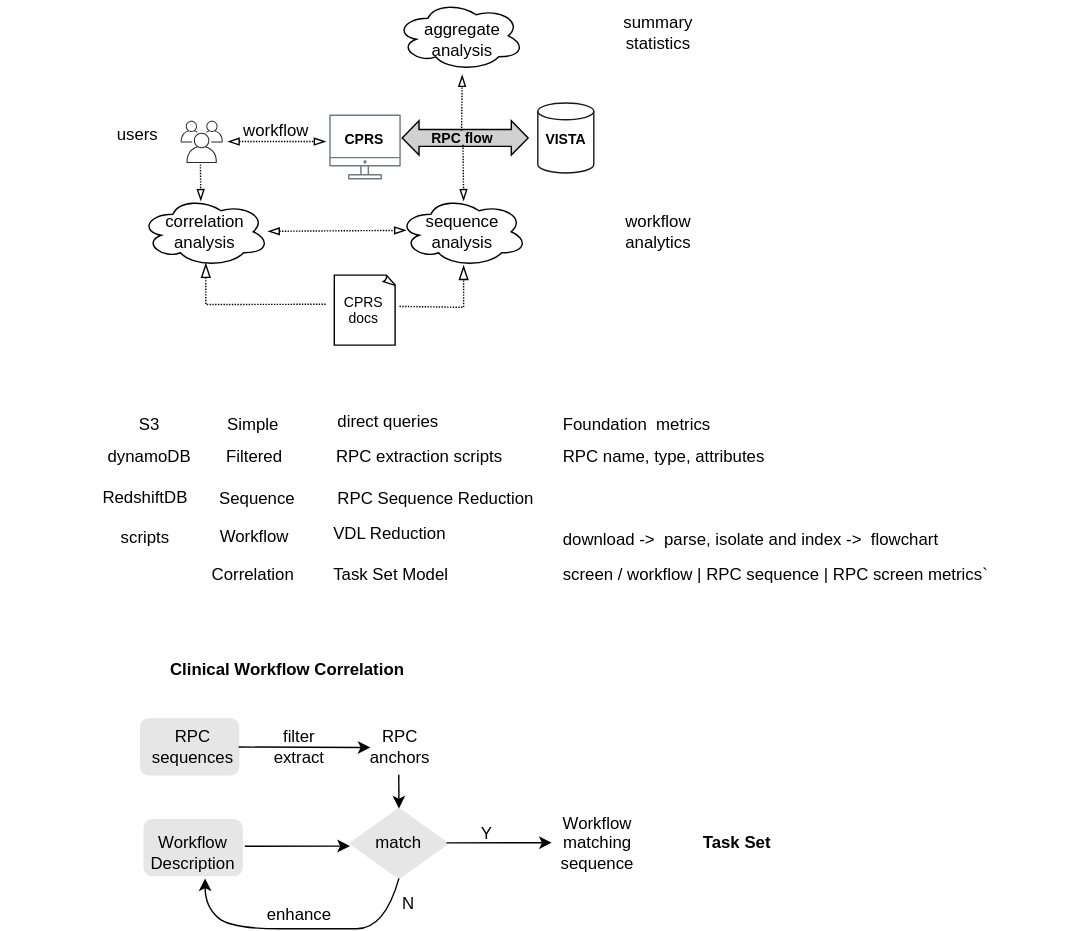
This is vaa-analyses.svg from cloudvista/vaa, a draw.io export, as it was before one commit. Source tidied: cells renumbered, new cells last; positions are measured from the earlier drawing's top-left corner, leaving out a move shared by most shapes. Its diagram source:
```xml
<mxGraphModel>
  <root>
    <mxCell id="0" />
    <mxCell id="1" parent="0" />
    <mxCell id="2" style="rounded=1;whiteSpace=wrap;html=1;strokeColor=#E6E6E6;fillColor=#E6E6E6;" parent="1" vertex="1">
      <mxGeometry x="102.4" y="585" width="70" height="40" as="geometry" />
    </mxCell>
    <mxCell id="3" style="rounded=1;whiteSpace=wrap;html=1;strokeColor=#E6E6E6;fillColor=#E6E6E6;" parent="1" vertex="1">
      <mxGeometry x="100" y="513" width="70" height="40" as="geometry" />
    </mxCell>
    <mxCell id="4" style="endArrow=blockThin;html=1;fontSize=10;dashed=1;dashPattern=1 1;endFill=0;exitX=0.5;exitY=1;exitDx=0;exitDy=0;" parent="1" edge="1">
      <mxGeometry relative="1" as="geometry">
        <mxPoint x="142.5" y="102.9" as="sourcePoint" />
        <mxPoint x="143" y="143" as="targetPoint" />
      </mxGeometry>
    </mxCell>
    <mxCell id="5" style="ellipse;shape=cloud;whiteSpace=wrap;html=1;shadow=0;sketch=0;fillStyle=solid;strokeColor=default;strokeWidth=1;fontSize=10;fillColor=none;gradientColor=none;" parent="1" vertex="1">
      <mxGeometry x="284.3" y="140" width="91.9" height="50" as="geometry" />
    </mxCell>
    <mxCell id="6" style="whiteSpace=wrap;html=1;shape=mxgraph.basic.document;strokeColor=default;strokeWidth=1;fontSize=10;fillColor=none;gradientColor=none;" parent="1" vertex="1">
      <mxGeometry x="238.3" y="196" width="43.9" height="50" as="geometry" />
    </mxCell>
    <mxCell id="7" style="gradientColor=none;fontColor=#545B64;strokeColor=none;fillColor=#70797D;dashed=0;verticalLabelPosition=bottom;verticalAlign=top;align=center;html=1;fontSize=12;fontStyle=0;shape=mxgraph.aws4.illustration_desktop;shadow=0;fillStyle=solid;" parent="1" vertex="1">
      <mxGeometry x="234.7" y="81.2" width="51.1" height="46.5" as="geometry" />
    </mxCell>
    <mxCell id="8" style="html=1;shadow=0;dashed=0;align=center;verticalAlign=middle;shape=mxgraph.arrows2.twoWayArrow;dy=0.51;dx=12.03;fillColor=#D1D1D1;" parent="1" vertex="1">
      <mxGeometry x="286.8" y="85.8" width="90" height="24.5" as="geometry" />
    </mxCell>
    <mxCell id="9" value="RPC flow" style="text;strokeColor=none;align=center;fillColor=none;html=1;verticalAlign=middle;whiteSpace=wrap;rounded=0;fontSize=10;fontStyle=1;" parent="1" vertex="1">
      <mxGeometry x="300.3" y="92.9" width="60" height="10" as="geometry" />
    </mxCell>
    <mxCell id="10" value="sequence&lt;br&gt;analysis" style="text;strokeColor=none;align=center;fillColor=none;html=1;verticalAlign=middle;whiteSpace=wrap;rounded=0;" parent="1" vertex="1">
      <mxGeometry x="300.3" y="150" width="60" height="30" as="geometry" />
    </mxCell>
    <mxCell id="11" value="CPRS" style="text;strokeColor=none;align=center;fillColor=none;html=1;verticalAlign=middle;whiteSpace=wrap;rounded=0;fontSize=10;fontStyle=1;" parent="1" vertex="1">
      <mxGeometry x="230" y="83.9" width="60" height="30" as="geometry" />
    </mxCell>
    <mxCell id="12" value="CPRS&lt;br style=&quot;font-size: 10px;&quot;&gt;docs" style="text;strokeColor=none;align=center;fillColor=none;html=1;verticalAlign=middle;whiteSpace=wrap;rounded=0;fontSize=10;" parent="1" vertex="1">
      <mxGeometry x="239.3" y="206" width="41.5" height="30" as="geometry" />
    </mxCell>
    <mxCell id="13" style="shape=cylinder3;whiteSpace=wrap;html=1;boundedLbl=1;backgroundOutline=1;size=5.999999999999943;strokeColor=#191919;strokeWidth=1;fillColor=#FFFFFF;gradientColor=none;" parent="1" vertex="1">
      <mxGeometry x="383.7" y="73" width="40" height="50" as="geometry" />
    </mxCell>
    <mxCell id="14" value="VISTA" style="text;strokeColor=none;align=center;fillColor=none;html=1;verticalAlign=middle;whiteSpace=wrap;rounded=0;fontSize=10;fontStyle=1;" parent="1" vertex="1">
      <mxGeometry x="373.7" y="83.9" width="60" height="30" as="geometry" />
    </mxCell>
    <mxCell id="15" value="aggregate&lt;br&gt;analysis" style="text;strokeColor=none;align=center;fillColor=none;html=1;verticalAlign=middle;whiteSpace=wrap;rounded=0;" parent="1" vertex="1">
      <mxGeometry x="290" y="13" width="80" height="30" as="geometry" />
    </mxCell>
    <mxCell id="16" value="workflow&lt;br&gt;analytics" style="text;strokeColor=none;align=center;fillColor=none;html=1;verticalAlign=middle;whiteSpace=wrap;rounded=0;" parent="1" vertex="1">
      <mxGeometry x="439.7" y="150" width="60" height="30" as="geometry" />
    </mxCell>
    <mxCell id="17" style="endArrow=blockThin;html=1;fontSize=10;dashed=1;dashPattern=1 1;endFill=0;exitX=0.5;exitY=0;exitDx=0;exitDy=0;" parent="1" edge="1">
      <mxGeometry relative="1" as="geometry">
        <mxPoint x="329.3" y="92.9" as="sourcePoint" />
        <mxPoint x="329.7" y="53" as="targetPoint" />
      </mxGeometry>
    </mxCell>
    <mxCell id="18" style="endArrow=blockThin;html=1;fontSize=10;dashed=1;dashPattern=1 1;endFill=0;exitX=0.5;exitY=1;exitDx=0;exitDy=0;" parent="1" edge="1" source="9">
      <mxGeometry relative="1" as="geometry">
        <mxPoint x="330.7" y="143" as="targetPoint" />
      </mxGeometry>
    </mxCell>
    <mxCell id="19" value="summary&lt;br&gt;statistics" style="text;strokeColor=none;align=center;fillColor=none;html=1;verticalAlign=middle;whiteSpace=wrap;rounded=0;" parent="1" vertex="1">
      <mxGeometry x="439.7" y="13" width="60" height="20" as="geometry" />
    </mxCell>
    <mxCell id="20" style="edgeStyle=elbowEdgeStyle;elbow=vertical;endArrow=blockThin;html=1;curved=0;rounded=0;endSize=8;startSize=8;dashed=1;dashPattern=1 1;fontSize=10;exitX=1.027;exitY=0.587;exitDx=0;exitDy=0;exitPerimeter=0;endFill=0;" parent="1" edge="1">
      <mxGeometry relative="1" as="geometry">
        <mxPoint x="284.9" y="218.4" as="sourcePoint" />
        <mxPoint x="330.7" y="189" as="targetPoint" />
        <Array as="points">
          <mxPoint x="323.7" y="219" />
        </Array>
      </mxGeometry>
    </mxCell>
    <mxCell id="21" style="ellipse;shape=cloud;whiteSpace=wrap;html=1;shadow=0;sketch=0;fillStyle=solid;strokeColor=default;strokeWidth=1;fontSize=10;fillColor=none;gradientColor=none;" parent="1" vertex="1">
      <mxGeometry x="282.2" width="91.9" height="50" as="geometry" />
    </mxCell>
    <mxCell id="22" style="ellipse;shape=cloud;whiteSpace=wrap;html=1;shadow=0;sketch=0;fillStyle=solid;strokeColor=default;strokeWidth=1;fontSize=10;fillColor=none;gradientColor=none;" parent="1" vertex="1">
      <mxGeometry x="100" y="140" width="91.9" height="50" as="geometry" />
    </mxCell>
    <mxCell id="23" value="correlation&lt;br&gt;analysis" style="text;strokeColor=none;align=center;fillColor=none;html=1;verticalAlign=middle;whiteSpace=wrap;rounded=0;" parent="1" vertex="1">
      <mxGeometry x="115.9" y="150" width="60" height="30" as="geometry" />
    </mxCell>
    <mxCell id="24" style="edgeStyle=elbowEdgeStyle;elbow=vertical;endArrow=blockThin;html=1;curved=0;rounded=0;endSize=8;startSize=8;dashed=1;dashPattern=1 1;fontSize=10;exitX=-0.049;exitY=0.416;exitDx=0;exitDy=0;endFill=0;entryX=0.55;entryY=0.95;entryDx=0;entryDy=0;entryPerimeter=0;startArrow=none;startFill=0;exitPerimeter=0;" parent="1" edge="1">
      <mxGeometry relative="1" as="geometry">
        <mxPoint x="232.2" y="216.8" as="sourcePoint" />
        <mxPoint x="146.5" y="187.5" as="targetPoint" />
        <Array as="points">
          <mxPoint x="196" y="217" />
        </Array>
      </mxGeometry>
    </mxCell>
    <mxCell id="25" style="whiteSpace=wrap;html=1;shadow=0;sketch=0;fillStyle=solid;strokeColor=none;strokeWidth=1;fontSize=10;fillColor=#FFFFFF;gradientColor=none;" parent="1" vertex="1">
      <mxGeometry x="128.5" y="83" width="33.8" height="33.8" as="geometry" />
    </mxCell>
    <mxCell id="26" style="sketch=0;gradientColor=none;fontColor=#545B64;strokeColor=none;fillColor=#272A2B;dashed=0;verticalLabelPosition=bottom;verticalAlign=top;align=center;html=1;fontSize=12;fontStyle=0;shape=mxgraph.aws4.illustration_users;strokeWidth=1;" parent="1" vertex="1">
      <mxGeometry x="128.5" y="85.8" width="30.1" height="30.1" as="geometry" />
    </mxCell>
    <mxCell id="27" style="endArrow=blockThin;html=1;fontSize=10;dashed=1;dashPattern=1 1;endFill=0;startArrow=blockThin;startFill=0;" parent="1" edge="1">
      <mxGeometry relative="1" as="geometry">
        <mxPoint x="162.2" y="100.6" as="sourcePoint" />
        <mxPoint x="232.2" y="100.6" as="targetPoint" />
      </mxGeometry>
    </mxCell>
    <mxCell id="28" style="endArrow=blockThin;html=1;fontSize=10;dashed=1;dashPattern=1 1;endFill=0;startArrow=blockThin;startFill=0;entryX=0.068;entryY=0.48;entryDx=0;entryDy=0;entryPerimeter=0;" parent="1" edge="1">
      <mxGeometry relative="1" as="geometry">
        <mxPoint x="190.9" y="164.7" as="sourcePoint" />
        <mxPoint x="289.6" y="164" as="targetPoint" />
      </mxGeometry>
    </mxCell>
    <mxCell id="29" value="workflow" style="text;strokeColor=none;align=center;fillColor=none;html=1;verticalAlign=middle;whiteSpace=wrap;rounded=0;" parent="1" vertex="1">
      <mxGeometry x="167" y="83" width="60" height="20.9" as="geometry" />
    </mxCell>
    <mxCell id="30" style="rounded=1;whiteSpace=wrap;html=1;strokeColor=none;" parent="1" vertex="1">
      <mxGeometry y="43" width="40" height="30" as="geometry" />
    </mxCell>
    <mxCell id="31" value="users" style="text;strokeColor=none;align=center;fillColor=none;html=1;verticalAlign=middle;whiteSpace=wrap;rounded=0;" parent="1" vertex="1">
      <mxGeometry x="68.5" y="85.8" width="60" height="20.9" as="geometry" />
    </mxCell>
    <mxCell id="32" value="RPC name, type, attributes" style="text;strokeColor=none;align=left;fillColor=none;html=1;verticalAlign=middle;whiteSpace=wrap;rounded=0;" parent="1" vertex="1">
      <mxGeometry x="399.8" y="316" width="160" height="20.9" as="geometry" />
    </mxCell>
    <mxCell id="33" value="Simple" style="text;strokeColor=none;align=center;fillColor=none;html=1;verticalAlign=middle;whiteSpace=wrap;rounded=0;" parent="1" vertex="1">
      <mxGeometry x="158.7" y="293" width="43" height="20.9" as="geometry" />
    </mxCell>
    <mxCell id="34" value="S3" style="text;strokeColor=none;align=center;fillColor=none;html=1;verticalAlign=middle;whiteSpace=wrap;rounded=0;" parent="1" vertex="1">
      <mxGeometry x="85.5" y="293" width="43" height="20.9" as="geometry" />
    </mxCell>
    <mxCell id="35" value="Filtered" style="text;strokeColor=none;align=center;fillColor=none;html=1;verticalAlign=middle;whiteSpace=wrap;rounded=0;" parent="1" vertex="1">
      <mxGeometry x="160.2" y="316" width="43" height="20.9" as="geometry" />
    </mxCell>
    <mxCell id="36" value="Foundation&amp;nbsp; metrics" style="text;strokeColor=none;align=left;fillColor=none;html=1;verticalAlign=middle;whiteSpace=wrap;rounded=0;" parent="1" vertex="1">
      <mxGeometry x="399.8" y="293" width="160" height="20.9" as="geometry" />
    </mxCell>
    <mxCell id="37" value="dynamoDB" style="text;strokeColor=none;align=center;fillColor=none;html=1;verticalAlign=middle;whiteSpace=wrap;rounded=0;" parent="1" vertex="1">
      <mxGeometry x="85.5" y="316" width="43" height="20.9" as="geometry" />
    </mxCell>
    <mxCell id="38" value="RPC extraction scripts" style="text;strokeColor=none;align=left;fillColor=none;html=1;verticalAlign=middle;whiteSpace=wrap;rounded=0;" parent="1" vertex="1">
      <mxGeometry x="238.3" y="316" width="160" height="20.9" as="geometry" />
    </mxCell>
    <mxCell id="39" value="Sequence" style="text;strokeColor=none;align=center;fillColor=none;html=1;verticalAlign=middle;whiteSpace=wrap;rounded=0;" parent="1" vertex="1">
      <mxGeometry x="162.2" y="341.9" width="43" height="29.1" as="geometry" />
    </mxCell>
    <mxCell id="40" value="RPC Sequence Reduction" style="text;strokeColor=none;align=left;fillColor=none;html=1;verticalAlign=middle;whiteSpace=wrap;rounded=0;" parent="1" vertex="1">
      <mxGeometry x="239.3" y="345.1" width="160" height="20.9" as="geometry" />
    </mxCell>
    <mxCell id="41" value="RedshiftDB" style="text;strokeColor=none;align=center;fillColor=none;html=1;verticalAlign=middle;whiteSpace=wrap;rounded=0;" parent="1" vertex="1">
      <mxGeometry x="82.5" y="344.1" width="43" height="20.9" as="geometry" />
    </mxCell>
    <mxCell id="42" value="Workflow" style="text;strokeColor=none;align=center;fillColor=none;html=1;verticalAlign=middle;whiteSpace=wrap;rounded=0;" parent="1" vertex="1">
      <mxGeometry x="159.7" y="368" width="43" height="29.1" as="geometry" />
    </mxCell>
    <mxCell id="43" value="VDL Reduction" style="text;strokeColor=none;align=left;fillColor=none;html=1;verticalAlign=middle;whiteSpace=wrap;rounded=0;" parent="1" vertex="1">
      <mxGeometry x="236.3" y="370.1" width="160" height="20.9" as="geometry" />
    </mxCell>
    <mxCell id="44" value="scripts" style="text;strokeColor=none;align=center;fillColor=none;html=1;verticalAlign=middle;whiteSpace=wrap;rounded=0;" parent="1" vertex="1">
      <mxGeometry x="82.5" y="373.1" width="43" height="20.9" as="geometry" />
    </mxCell>
    <mxCell id="45" value="download -&amp;gt;&amp;nbsp; parse, isolate and index -&amp;gt;&amp;nbsp; flowchart" style="text;strokeColor=none;align=left;fillColor=none;html=1;verticalAlign=middle;whiteSpace=wrap;rounded=0;" parent="1" vertex="1">
      <mxGeometry x="399.8" y="374.2" width="376.3" height="20.9" as="geometry" />
    </mxCell>
    <mxCell id="46" value="&lt;br&gt;Workflow&lt;br&gt;Description&amp;nbsp;" style="text;strokeColor=none;align=center;fillColor=none;html=1;verticalAlign=middle;whiteSpace=wrap;rounded=0;" parent="1" vertex="1">
      <mxGeometry x="116" y="591.6" width="43" height="20.9" as="geometry" />
    </mxCell>
    <mxCell id="47" value="Workflow matching&amp;nbsp;&lt;br&gt;sequence" style="text;strokeColor=none;align=center;fillColor=none;html=1;verticalAlign=middle;whiteSpace=wrap;rounded=0;" parent="1" vertex="1">
      <mxGeometry x="405.1" y="591.6" width="43" height="20.9" as="geometry" />
    </mxCell>
    <mxCell id="48" value="Correlation" style="text;strokeColor=none;align=center;fillColor=none;html=1;verticalAlign=middle;whiteSpace=wrap;rounded=0;" parent="1" vertex="1">
      <mxGeometry x="158.7" y="395.1" width="43" height="29.1" as="geometry" />
    </mxCell>
    <mxCell id="49" value="Task Set Model" style="text;strokeColor=none;align=left;fillColor=none;html=1;verticalAlign=middle;whiteSpace=wrap;rounded=0;" parent="1" vertex="1">
      <mxGeometry x="236.3" y="399.2" width="160" height="20.9" as="geometry" />
    </mxCell>
    <mxCell id="50" value="screen / workflow | RPC sequence&amp;nbsp;| RPC screen metrics`" style="text;strokeColor=none;align=left;fillColor=none;html=1;verticalAlign=middle;whiteSpace=wrap;rounded=0;" parent="1" vertex="1">
      <mxGeometry x="399.8" y="399.2" width="360" height="20.9" as="geometry" />
    </mxCell>
    <mxCell id="51" style="rhombus;whiteSpace=wrap;html=1;strokeColor=#E6E6E6;fillColor=#E6E6E6;" parent="1" vertex="1">
      <mxGeometry x="249.5" y="577" width="70" height="50" as="geometry" />
    </mxCell>
    <mxCell id="52" value="match" style="text;strokeColor=none;align=center;fillColor=none;html=1;verticalAlign=middle;whiteSpace=wrap;rounded=0;" parent="1" vertex="1">
      <mxGeometry x="263" y="591.6" width="43" height="20.9" as="geometry" />
    </mxCell>
    <mxCell id="53" style="edgeStyle=none;html=1;entryX=0;entryY=0.5;entryDx=0;entryDy=0;" parent="1" edge="1">
      <mxGeometry relative="1" as="geometry">
        <mxPoint x="174.4" y="604" as="sourcePoint" />
        <mxPoint x="249.5" y="603.9" as="targetPoint" />
      </mxGeometry>
    </mxCell>
    <mxCell id="54" style="edgeStyle=none;html=1;entryX=0.5;entryY=0;entryDx=0;entryDy=0;" parent="1" edge="1" target="51">
      <mxGeometry relative="1" as="geometry">
        <mxPoint x="284.4" y="553" as="sourcePoint" />
      </mxGeometry>
    </mxCell>
    <mxCell id="55" style="edgeStyle=none;html=1;entryX=0;entryY=0.5;entryDx=0;entryDy=0;" parent="1" edge="1">
      <mxGeometry relative="1" as="geometry">
        <mxPoint x="318.5" y="601.6" as="sourcePoint" />
        <mxPoint x="393.6" y="601.5" as="targetPoint" />
      </mxGeometry>
    </mxCell>
    <mxCell id="56" value="Y" style="text;strokeColor=none;align=center;fillColor=none;html=1;verticalAlign=middle;whiteSpace=wrap;rounded=0;" parent="1" vertex="1">
      <mxGeometry x="325.6" y="585" width="43" height="20.9" as="geometry" />
    </mxCell>
    <mxCell id="57" value="RPC sequences" style="text;strokeColor=none;align=center;fillColor=none;html=1;verticalAlign=middle;whiteSpace=wrap;rounded=0;" parent="1" vertex="1">
      <mxGeometry x="115.9" y="523" width="43" height="20.9" as="geometry" />
    </mxCell>
    <mxCell id="58" value="filter&lt;br&gt;extract" style="text;strokeColor=none;align=center;fillColor=none;html=1;verticalAlign=middle;whiteSpace=wrap;rounded=0;" parent="1" vertex="1">
      <mxGeometry x="191.9" y="523" width="43" height="20.9" as="geometry" />
    </mxCell>
    <mxCell id="59" value="RPC anchors" style="text;strokeColor=none;align=center;fillColor=none;html=1;verticalAlign=middle;whiteSpace=wrap;rounded=0;" parent="1" vertex="1">
      <mxGeometry x="264.2" y="523" width="43" height="20.9" as="geometry" />
    </mxCell>
    <mxCell id="60" style="edgeStyle=none;html=1;entryX=0;entryY=0.5;entryDx=0;entryDy=0;startArrow=none;" parent="1" edge="1" target="59">
      <mxGeometry relative="1" as="geometry">
        <mxPoint x="170" y="533.1" as="sourcePoint" />
      </mxGeometry>
    </mxCell>
    <mxCell id="61" value="enhance" style="text;strokeColor=none;align=center;fillColor=none;html=1;verticalAlign=middle;whiteSpace=wrap;rounded=0;" parent="1" vertex="1">
      <mxGeometry x="191.9" y="643" width="43" height="20.9" as="geometry" />
    </mxCell>
    <mxCell id="62" style="curved=1;endArrow=classic;html=1;exitX=0.5;exitY=1;exitDx=0;exitDy=0;" parent="1" edge="1" source="51">
      <mxGeometry relative="1" as="geometry">
        <mxPoint x="146" y="627" as="targetPoint" />
        <Array as="points">
          <mxPoint x="274.4" y="663" />
          <mxPoint x="234.4" y="663" />
          <mxPoint x="164.4" y="663" />
          <mxPoint x="146" y="647" />
        </Array>
      </mxGeometry>
    </mxCell>
    <mxCell id="63" value="N" style="text;strokeColor=none;align=center;fillColor=none;html=1;verticalAlign=middle;whiteSpace=wrap;rounded=0;" parent="1" vertex="1">
      <mxGeometry x="270.4" y="634.1" width="43" height="20.9" as="geometry" />
    </mxCell>
    <mxCell id="64" value="&lt;b&gt;Clinical Workflow Correlation&lt;/b&gt;" style="text;strokeColor=none;align=center;fillColor=none;html=1;verticalAlign=middle;whiteSpace=wrap;rounded=0;" parent="1" vertex="1">
      <mxGeometry x="120" y="463" width="170" height="29.1" as="geometry" />
    </mxCell>
    <mxCell id="65" value="direct queries" style="text;strokeColor=none;align=left;fillColor=none;html=1;verticalAlign=middle;whiteSpace=wrap;rounded=0;" parent="1" vertex="1">
      <mxGeometry x="239.3" y="286.9" width="150.5" height="29.1" as="geometry" />
    </mxCell>
    <mxCell id="66" value="&lt;b&gt;Task Set&lt;/b&gt;" style="text;strokeColor=none;align=left;fillColor=none;html=1;verticalAlign=middle;whiteSpace=wrap;rounded=0;" parent="1" vertex="1">
      <mxGeometry x="499.7" y="591.6" width="60.3" height="20.9" as="geometry" />
    </mxCell>
  </root>
</mxGraphModel>
```
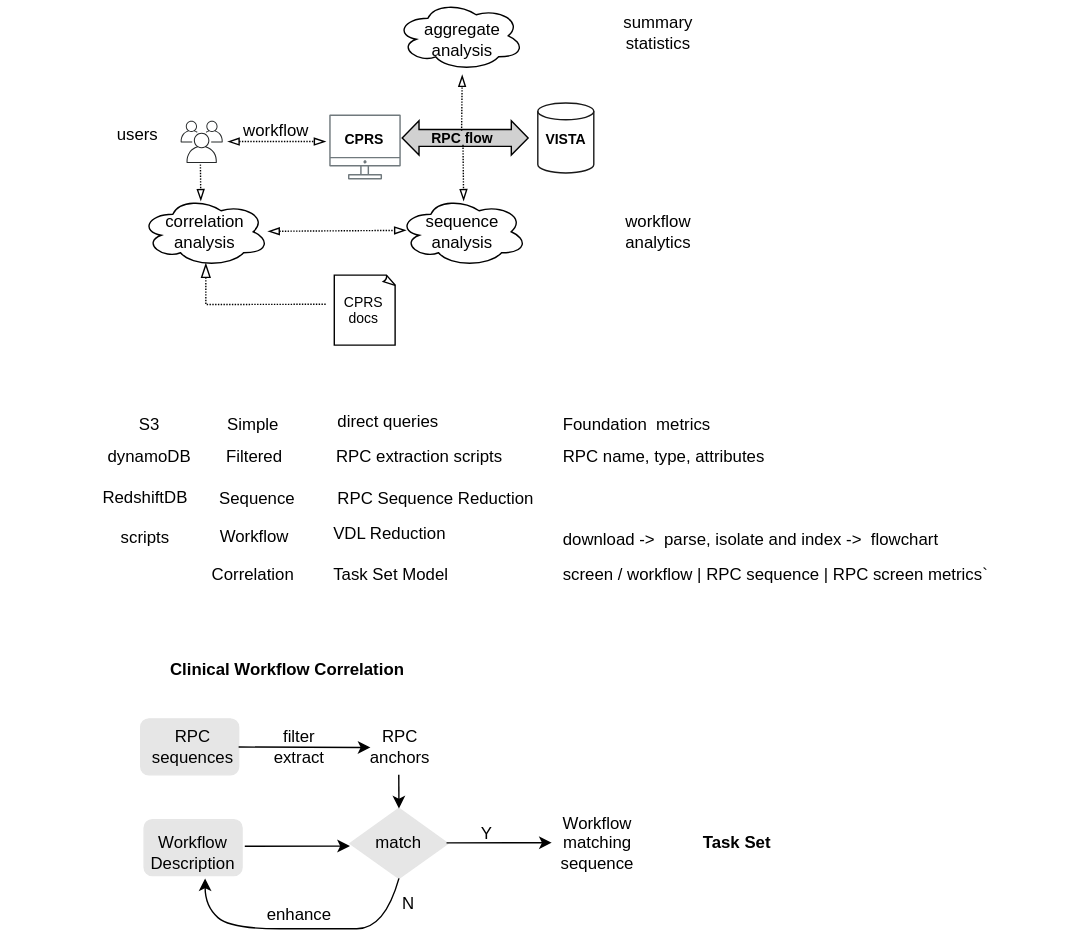
Later version of the same file.

What changed in the source:
```diff
@@ -64,15 +64,6 @@
     <mxCell id="19" value="summary&lt;br&gt;statistics" style="text;strokeColor=none;align=center;fillColor=none;html=1;verticalAlign=middle;whiteSpace=wrap;rounded=0;" parent="1" vertex="1">
       <mxGeometry x="439.7" y="13" width="60" height="20" as="geometry" />
     </mxCell>
-    <mxCell id="20" style="edgeStyle=elbowEdgeStyle;elbow=vertical;endArrow=blockThin;html=1;curved=0;rounded=0;endSize=8;startSize=8;dashed=1;dashPattern=1 1;fontSize=10;exitX=1.027;exitY=0.587;exitDx=0;exitDy=0;exitPerimeter=0;endFill=0;" parent="1" edge="1">
-      <mxGeometry relative="1" as="geometry">
-        <mxPoint x="284.9" y="218.4" as="sourcePoint" />
-        <mxPoint x="330.7" y="189" as="targetPoint" />
-        <Array as="points">
-          <mxPoint x="323.7" y="219" />
-        </Array>
-      </mxGeometry>
-    </mxCell>
     <mxCell id="21" style="ellipse;shape=cloud;whiteSpace=wrap;html=1;shadow=0;sketch=0;fillStyle=solid;strokeColor=default;strokeWidth=1;fontSize=10;fillColor=none;gradientColor=none;" parent="1" vertex="1">
       <mxGeometry x="282.2" width="91.9" height="50" as="geometry" />
     </mxCell>
```
